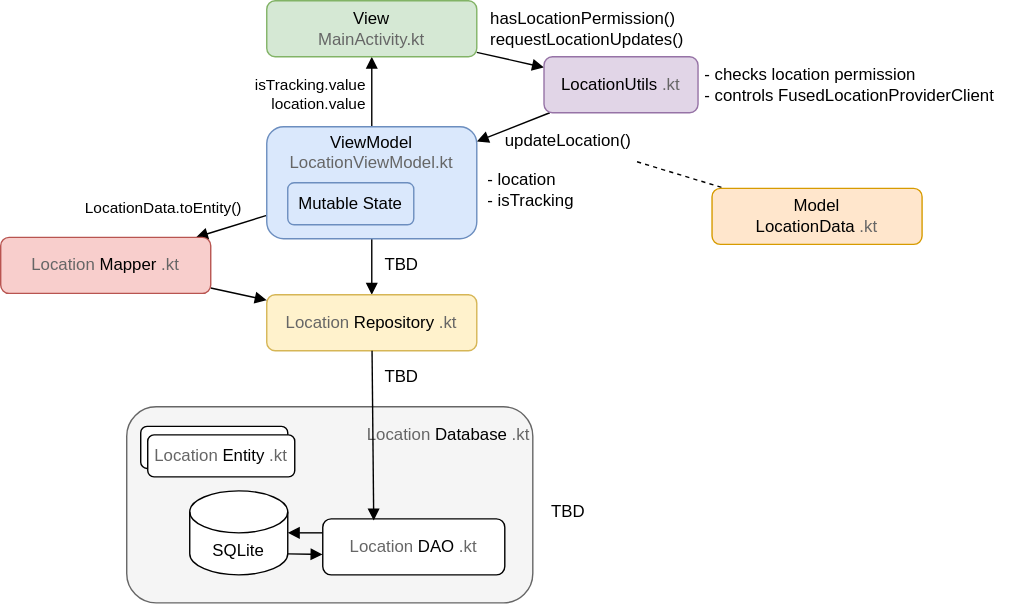
The draw.io diagram app-architecture.drawio.svg in lchristmann/Tracker, before a commit. Source tidied: cells renumbered, new cells last; positions are measured from the earlier drawing's top-left corner, leaving out a move shared by most shapes.
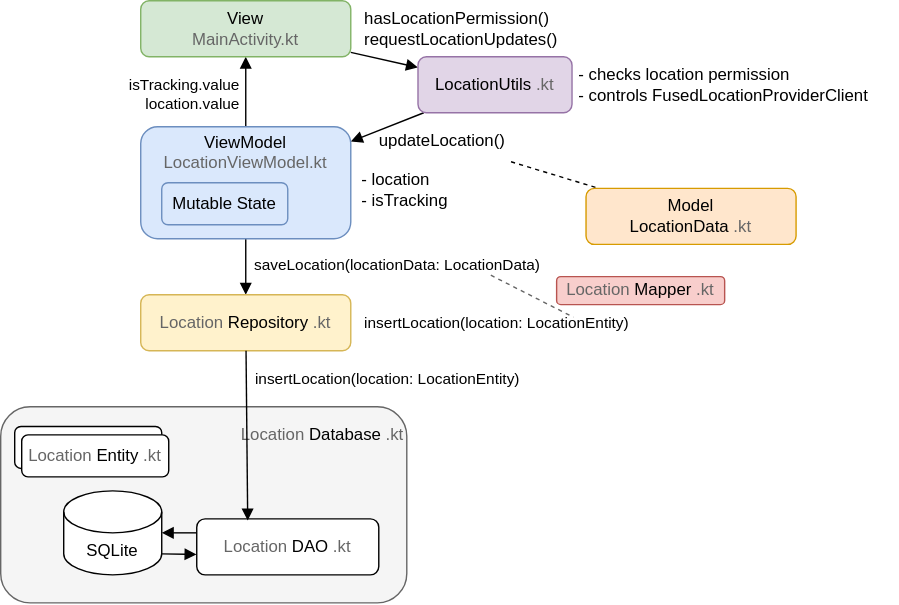
The same file after the commit.

Commit message:
docs: app architecture finish for now

Diff of the diagram source:
```diff
@@ -25,14 +25,11 @@
     <mxCell id="8" style="edgeStyle=none;html=1;endArrow=block;endFill=1;" parent="1" edge="1" source="11" target="12">
       <mxGeometry relative="1" as="geometry" />
     </mxCell>
-    <mxCell id="9" style="edgeStyle=none;html=1;endArrow=block;endFill=1;" parent="1" edge="1" source="11" target="32">
-      <mxGeometry relative="1" as="geometry" />
-    </mxCell>
-    <mxCell id="10" value="LocationData.toEntity()" style="edgeLabel;html=1;align=center;verticalAlign=middle;" parent="9" vertex="1">
-      <mxGeometry x="0.12" relative="1" as="geometry">
-        <mxPoint x="-46" y="-14" as="offset" />
-      </mxGeometry>
-    </mxCell>
+    <mxCell id="34" value="saveLocation(locationData: LocationData)" style="edgeLabel;html=1;align=center;verticalAlign=middle;" parent="8" vertex="1">
+      <mxGeometry x="-0.21" y="-1" relative="1" as="geometry">
+        <mxPoint x="109" y="3" as="offset" />
+      </mxGeometry>
+    </mxCell>
     <mxCell id="11" value="ViewModel&lt;div&gt;&lt;font style=&quot;color: rgb(102, 102, 102);&quot;&gt;LocationViewModel.kt&lt;/font&gt;&lt;/div&gt;&lt;div&gt;&lt;br&gt;&lt;/div&gt;&lt;div&gt;&lt;br&gt;&lt;/div&gt;&lt;div&gt;&lt;br&gt;&lt;/div&gt;" style="rounded=1;whiteSpace=wrap;html=1;fillColor=#dae8fc;strokeColor=#6c8ebf;" parent="1" vertex="1">
       <mxGeometry x="190" y="90" width="150" height="80" as="geometry" />
     </mxCell>
@@ -63,6 +60,16 @@
     <mxCell id="20" style="edgeStyle=none;html=1;entryX=0.28;entryY=0.03;entryDx=0;entryDy=0;entryPerimeter=0;endArrow=block;endFill=1;" parent="1" edge="1" source="12" target="17">
       <mxGeometry relative="1" as="geometry" />
     </mxCell>
+    <mxCell id="35" value="insertLocation(location: LocationEntity)" style="edgeLabel;html=1;align=center;verticalAlign=middle;" parent="20" vertex="1">
+      <mxGeometry x="-0.66" relative="1" as="geometry">
+        <mxPoint x="178" y="-41" as="offset" />
+      </mxGeometry>
+    </mxCell>
+    <mxCell id="36" value="insertLocation(location: LocationEntity)" style="edgeLabel;html=1;align=center;verticalAlign=middle;" parent="20" vertex="1">
+      <mxGeometry x="-0.47" relative="1" as="geometry">
+        <mxPoint x="100" y="-12" as="offset" />
+      </mxGeometry>
+    </mxCell>
     <mxCell id="21" value="Mutable State" style="rounded=1;whiteSpace=wrap;html=1;fillColor=#dae8fc;strokeColor=#6c8ebf;" parent="1" vertex="1">
       <mxGeometry x="205" y="130" width="90" height="30" as="geometry" />
     </mxCell>
@@ -81,26 +88,22 @@
     <mxCell id="26" value="- location&lt;div&gt;- isTracking&lt;/div&gt;" style="text;html=1;align=left;verticalAlign=middle;strokeColor=none;fillColor=none;" parent="1" vertex="1">
       <mxGeometry x="346" y="115" width="90" height="40" as="geometry" />
     </mxCell>
-    <mxCell id="27" value="TBD" style="text;html=1;align=center;verticalAlign=middle;strokeColor=none;fillColor=none;" parent="1" vertex="1">
-      <mxGeometry x="261" y="174" width="50" height="30" as="geometry" />
-    </mxCell>
-    <mxCell id="28" value="TBD" style="text;html=1;align=center;verticalAlign=middle;strokeColor=none;fillColor=none;" parent="1" vertex="1">
-      <mxGeometry x="261" y="254" width="50" height="30" as="geometry" />
-    </mxCell>
-    <mxCell id="29" style="edgeStyle=none;html=1;" parent="1" edge="1" source="30" target="13">
-      <mxGeometry relative="1" as="geometry" />
+    <mxCell id="29" style="edgeStyle=none;html=1;" parent="1" edge="1" target="13">
+      <mxGeometry relative="1" as="geometry">
+        <mxPoint x="380" y="364.3" as="sourcePoint" />
+      </mxGeometry>
     </mxCell>
-    <mxCell id="30" value="TBD" style="text;html=1;align=center;verticalAlign=middle;points=[];strokeColor=none;fillColor=none;" parent="1" vertex="1">
-      <mxGeometry x="380" y="350" width="50" height="30" as="geometry" />
-    </mxCell>
-    <mxCell id="31" style="edgeStyle=none;html=1;endArrow=block;endFill=1;" parent="1" edge="1" source="32" target="12">
-      <mxGeometry relative="1" as="geometry" />
-    </mxCell>
     <mxCell id="32" value="&lt;font style=&quot;color: rgb(102, 102, 102);&quot;&gt;Location&lt;/font&gt;Mapper&lt;font style=&quot;color: rgb(102, 102, 102);&quot;&gt;.kt&lt;/font&gt;" style="rounded=1;whiteSpace=wrap;html=1;fillColor=#f8cecc;strokeColor=#b85450;" parent="1" vertex="1">
-      <mxGeometry y="169" width="150" height="40" as="geometry" />
+      <mxGeometry x="487" y="197" width="120" height="20" as="geometry" />
     </mxCell>
     <mxCell id="33" value="&lt;div&gt;&lt;font style=&quot;color: rgb(0, 0, 0);&quot;&gt;Model&lt;/font&gt;&lt;/div&gt;LocationData&lt;span style=&quot;background-color: transparent;&quot;&gt;&lt;font style=&quot;color: rgb(102, 102, 102);&quot;&gt;.kt&lt;/font&gt;&lt;/span&gt;" style="rounded=1;whiteSpace=wrap;html=1;fillColor=#ffe6cc;strokeColor=#d79b00;" parent="1" vertex="1">
       <mxGeometry x="508" y="134" width="150" height="40" as="geometry" />
     </mxCell>
+    <mxCell id="37" style="endArrow=none;dashed=1;html=1;fillColor=#f5f5f5;strokeColor=#666666;" parent="1" edge="1">
+      <mxGeometry relative="1" as="geometry">
+        <mxPoint x="440" y="196" as="sourcePoint" />
+        <mxPoint x="499" y="226" as="targetPoint" />
+      </mxGeometry>
+    </mxCell>
   </root>
 </mxGraphModel>
```
